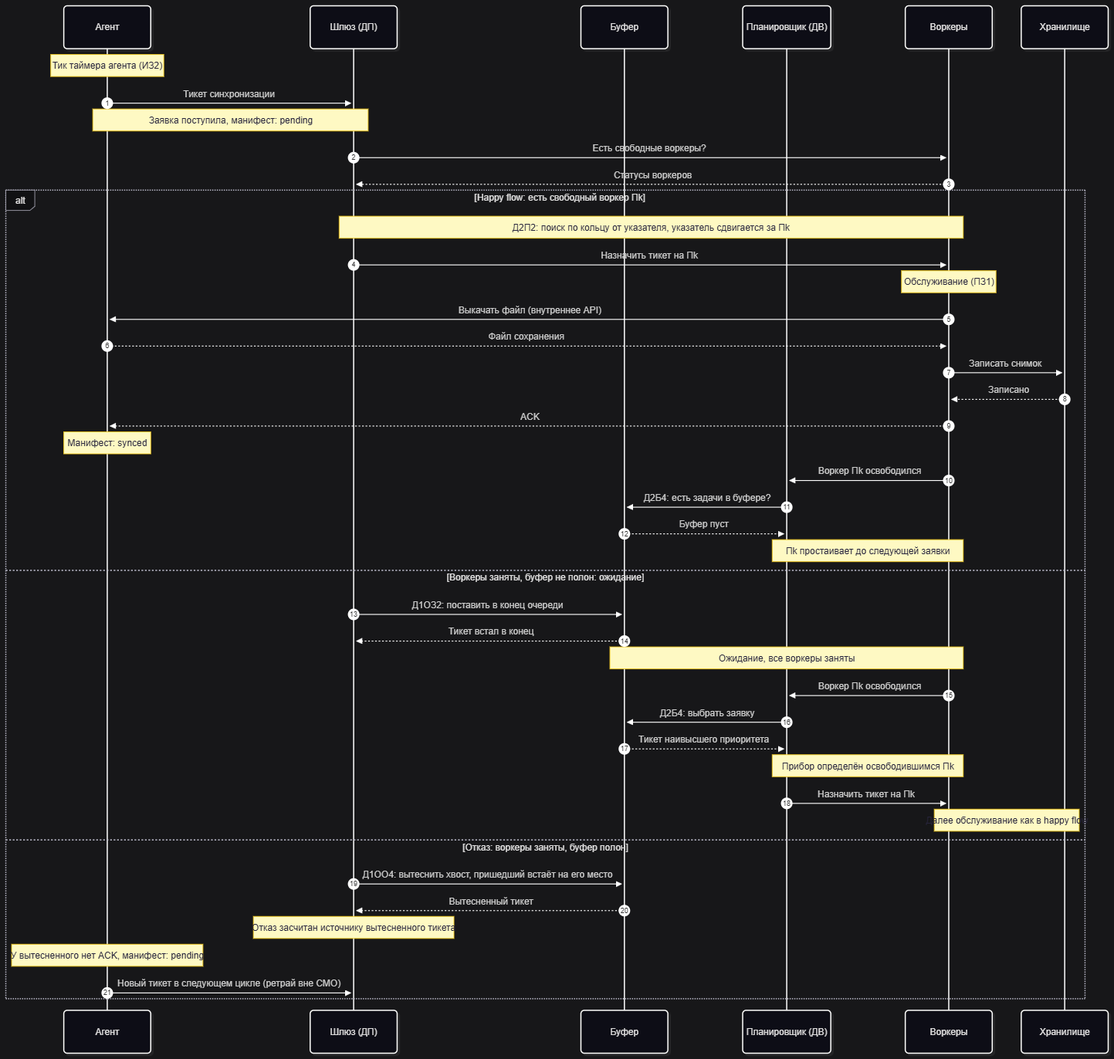
Before: docs/sequence_diagram.png, a diagram exported from Mermaid (rachguta/Save-Sync-Backend). Its source is kept beside it as docs/sequence_diagram.mermaid.
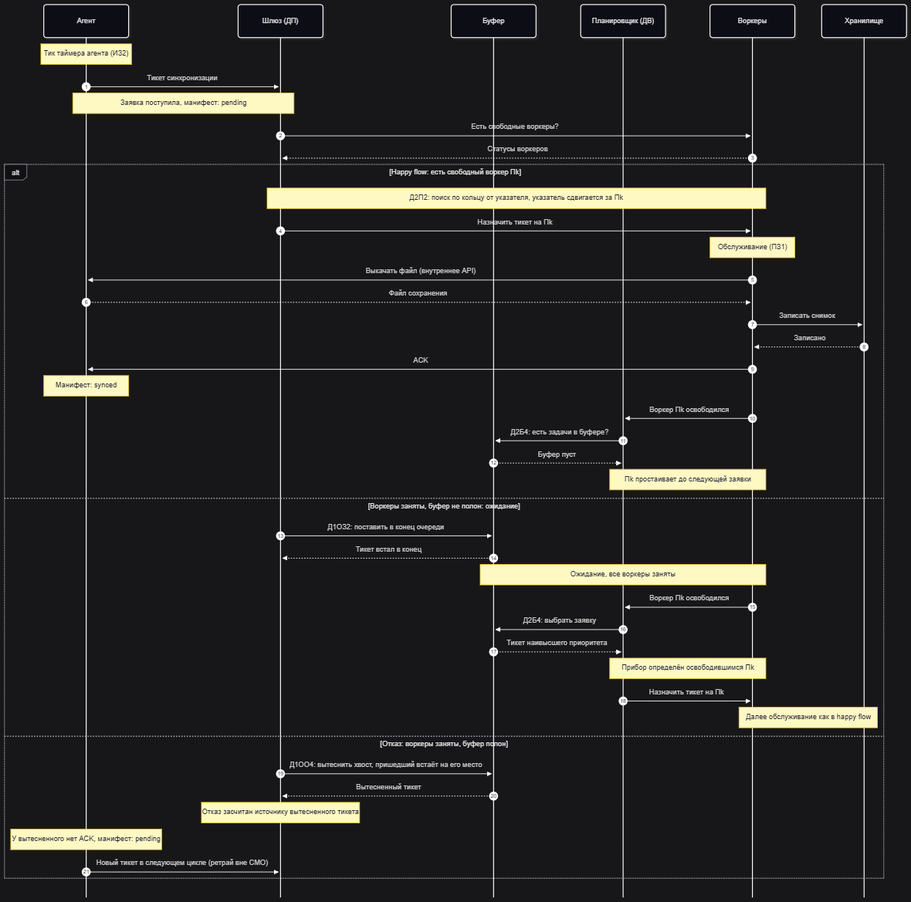
After the change.

Commit message:
fixed link scheduler-agent

Diff of the diagram source:
```diff
@@ -37,7 +37,7 @@
         A-->>W: Файл сохранения
         W->>S: Записать снимок
         S-->>W: Записано
-        W-->>A: ACK
+        W->>A: ACK
         Note over A: Манифест: synced
         W->>Sch: Воркер Пk освободился
         Sch->>B: Д2Б4: есть задачи в буфере?
```
